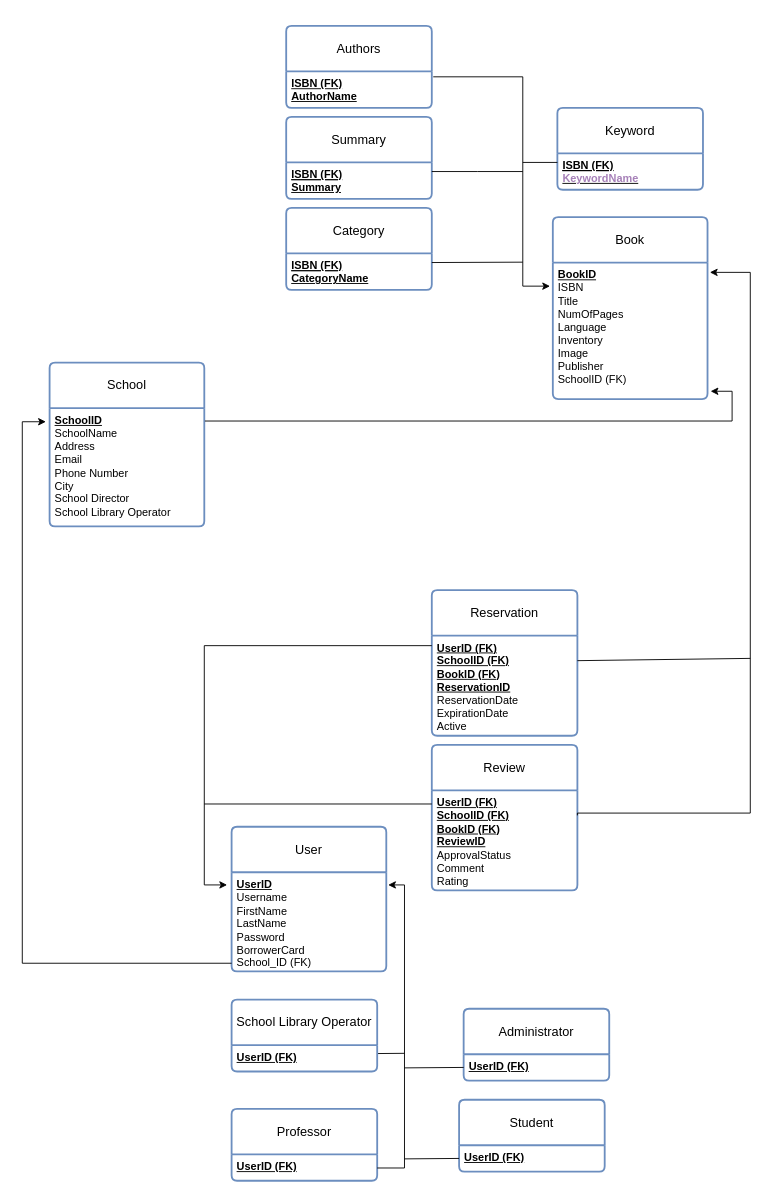
Above: diagrams/Prosxedio-relational.drawio in ntua-el19877/Databases (draw.io), before the change. Source tidied: cells renumbered, new cells numbered last; positions are measured from the earlier drawing's top-left corner, leaving out a move shared by most shapes. Both pictures are drawn from the tidied source at 91%, with x=0, y=0 at pixel (22, 25).
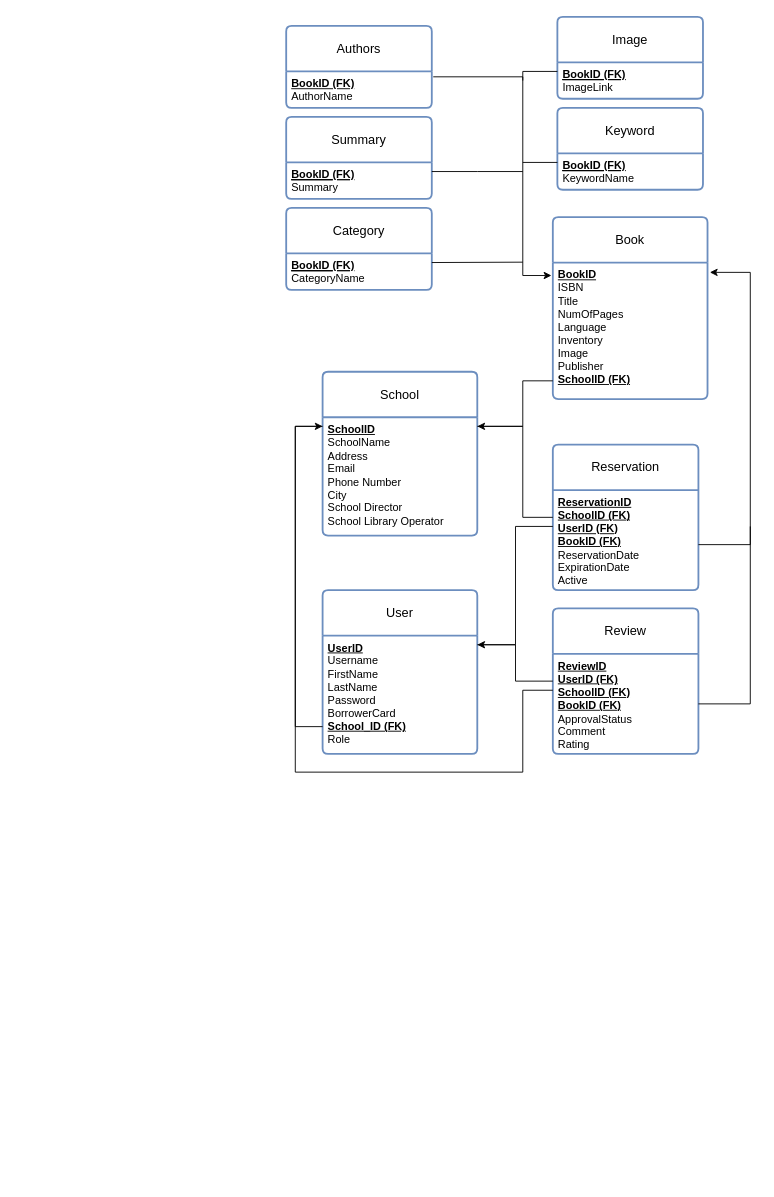
The same diagram, later.

The change refers to these unchanged cells:
```xml
<mxCell id="3" value="&lt;u&gt;&lt;b&gt;SchoolID&lt;/b&gt;&lt;br&gt;&lt;/u&gt;SchoolName&lt;br&gt;Address&lt;br&gt;Email&lt;br&gt;Phone Number&lt;br&gt;City&lt;br&gt;School Director&lt;br&gt;School Library Operator" style="align=left;strokeColor=none;fillColor=none;spacingLeft=4;fontSize=12;verticalAlign=top;html=1;" parent="2" vertex="1">
  <mxGeometry y="50" width="170" height="130" as="geometry" />
</mxCell>
<mxCell id="4" value="Book" style="swimlane;horizontal=1;startSize=50;rounded=1;fontSize=14;fontStyle=0;strokeWidth=2;shadow=0;dashed=0;align=center;arcSize=4;whiteSpace=wrap;html=1;fillColor=default;strokeColor=#6c8ebf;" parent="1" vertex="1">
  <mxGeometry x="583" y="210" width="170" height="200" as="geometry" />
</mxCell>
<mxCell id="6" value="Keyword" style="swimlane;horizontal=1;startSize=50;rounded=1;fontSize=14;fontStyle=0;strokeWidth=2;shadow=0;dashed=0;align=center;arcSize=4;whiteSpace=wrap;html=1;fillColor=default;strokeColor=#6c8ebf;" parent="1" vertex="1">
  <mxGeometry x="588" y="90" width="160" height="90" as="geometry" />
</mxCell>
<mxCell id="8" value="Category" style="swimlane;horizontal=1;startSize=50;rounded=1;fontSize=14;fontStyle=0;strokeWidth=2;shadow=0;dashed=0;align=center;arcSize=4;whiteSpace=wrap;html=1;fillColor=default;strokeColor=#6c8ebf;" parent="1" vertex="1">
  <mxGeometry x="290" y="200" width="160" height="90" as="geometry" />
</mxCell>
<mxCell id="10" value="Authors" style="swimlane;horizontal=1;startSize=50;rounded=1;fontSize=14;fontStyle=0;strokeWidth=2;shadow=0;dashed=0;align=center;arcSize=4;whiteSpace=wrap;html=1;fillColor=default;strokeColor=#6c8ebf;" parent="1" vertex="1">
  <mxGeometry x="290" width="160" height="90" as="geometry" />
</mxCell>
<mxCell id="38" value="Summary" style="swimlane;horizontal=1;startSize=50;rounded=1;fontSize=14;fontStyle=0;strokeWidth=2;shadow=0;dashed=0;align=center;arcSize=4;whiteSpace=wrap;html=1;fillColor=default;strokeColor=#6c8ebf;" parent="1" vertex="1">
  <mxGeometry x="290" y="100" width="160" height="90" as="geometry" />
</mxCell>
```

What changed in the source:
```diff
@@
     <mxCell id="2" value="School" style="swimlane;horizontal=1;startSize=50;rounded=1;fontSize=14;fontStyle=0;strokeWidth=2;shadow=0;dashed=0;align=center;arcSize=4;whiteSpace=wrap;html=1;fillColor=default;strokeColor=#6c8ebf;" parent="1" vertex="1">
-      <mxGeometry x="30" y="370" width="170" height="180" as="geometry" />
+      <mxGeometry x="330" y="380" width="170" height="180" as="geometry" />
     </mxCell>
@@
-    <mxCell id="5" value="&lt;b&gt;&lt;u&gt;BookID&lt;/u&gt;&lt;br&gt;&lt;/b&gt;ISBN&lt;br&gt;Title&lt;br&gt;NumOfPages&lt;br&gt;Language&lt;br&gt;Inventory&lt;br&gt;Image&lt;br&gt;Publisher&lt;br&gt;SchoolID (FK)" style="align=left;strokeColor=none;fillColor=none;spacingLeft=4;fontSize=12;verticalAlign=top;html=1;" parent="4" vertex="1">
+    <mxCell id="5" value="&lt;b&gt;&lt;u&gt;BookID&lt;/u&gt;&lt;br&gt;&lt;/b&gt;ISBN&lt;br&gt;Title&lt;br&gt;NumOfPages&lt;br&gt;Language&lt;br&gt;Inventory&lt;br&gt;Image&lt;br&gt;Publisher&lt;br&gt;&lt;b&gt;&lt;u&gt;SchoolID (FK)&lt;/u&gt;&lt;/b&gt;" style="align=left;strokeColor=none;fillColor=none;spacingLeft=4;fontSize=12;verticalAlign=top;html=1;" parent="4" vertex="1">
       <mxGeometry y="50" width="170" height="150" as="geometry" />
     </mxCell>
@@
-    <mxCell id="7" value="&lt;b style=&quot;border-color: var(--border-color);&quot;&gt;&lt;u style=&quot;border-color: var(--border-color);&quot;&gt;&lt;b style=&quot;border-color: var(--border-color);&quot;&gt;&lt;u style=&quot;border-color: var(--border-color);&quot;&gt;&lt;b style=&quot;border-color: var(--border-color);&quot;&gt;&lt;u style=&quot;border-color: var(--border-color);&quot;&gt;ISBN (FK)&lt;/u&gt;&lt;/b&gt;&lt;br style=&quot;border-color: var(--border-color); font-weight: 400;&quot;&gt;&lt;/u&gt;&lt;/b&gt;&lt;font color=&quot;#a680b8&quot;&gt;KeywordName&lt;/font&gt;&lt;br style=&quot;border-color: var(--border-color);&quot;&gt;&lt;/u&gt;&lt;/b&gt;&lt;b&gt;&lt;u&gt;&lt;br&gt;&lt;/u&gt;&lt;/b&gt;" style="align=left;strokeColor=none;fillColor=none;spacingLeft=4;fontSize=12;verticalAlign=top;html=1;" parent="6" vertex="1">
+    <mxCell id="7" value="&lt;span style=&quot;border-color: var(--border-color);&quot;&gt;&lt;span style=&quot;border-color: var(--border-color);&quot;&gt;&lt;b style=&quot;text-decoration-line: underline; font-weight: bold; border-color: var(--border-color);&quot;&gt;&lt;u style=&quot;border-color: var(--border-color);&quot;&gt;&lt;b style=&quot;border-color: var(--border-color);&quot;&gt;&lt;u style=&quot;border-color: var(--border-color);&quot;&gt;&lt;b&gt;&lt;u&gt;BookID&amp;nbsp;&lt;/u&gt;&lt;/b&gt;(FK)&lt;/u&gt;&lt;/b&gt;&lt;br style=&quot;border-color: var(--border-color); font-weight: 400;&quot;&gt;&lt;/u&gt;&lt;/b&gt;KeywordName&lt;br style=&quot;border-color: var(--border-color);&quot;&gt;&lt;/span&gt;&lt;/span&gt;&lt;b&gt;&lt;u&gt;&lt;br&gt;&lt;/u&gt;&lt;/b&gt;" style="align=left;strokeColor=none;fillColor=none;spacingLeft=4;fontSize=12;verticalAlign=top;html=1;" parent="6" vertex="1">
       <mxGeometry y="50" width="160" height="40" as="geometry" />
     </mxCell>
@@
-    <mxCell id="9" value="&lt;b style=&quot;border-color: var(--border-color);&quot;&gt;&lt;u style=&quot;border-color: var(--border-color);&quot;&gt;&lt;b style=&quot;border-color: var(--border-color);&quot;&gt;&lt;u style=&quot;border-color: var(--border-color);&quot;&gt;ISBN (FK)&lt;/u&gt;&lt;/b&gt;&lt;br style=&quot;border-color: var(--border-color); font-weight: 400;&quot;&gt;CategoryName&lt;br style=&quot;border-color: var(--border-color);&quot;&gt;&lt;/u&gt;&lt;/b&gt;&lt;b&gt;&lt;u&gt;&lt;br&gt;&lt;/u&gt;&lt;/b&gt;" style="align=left;strokeColor=none;fillColor=none;spacingLeft=4;fontSize=12;verticalAlign=top;html=1;" parent="8" vertex="1">
+    <mxCell id="9" value="&lt;span style=&quot;border-color: var(--border-color);&quot;&gt;&lt;span style=&quot;border-color: var(--border-color);&quot;&gt;&lt;b style=&quot;text-decoration-line: underline; font-weight: bold; border-color: var(--border-color);&quot;&gt;&lt;u style=&quot;border-color: var(--border-color);&quot;&gt;&lt;b&gt;&lt;u&gt;BookID&amp;nbsp;&lt;/u&gt;&lt;/b&gt;(FK)&lt;/u&gt;&lt;/b&gt;&lt;br style=&quot;border-color: var(--border-color); font-weight: 400;&quot;&gt;CategoryName&lt;br style=&quot;border-color: var(--border-color);&quot;&gt;&lt;/span&gt;&lt;/span&gt;&lt;b&gt;&lt;u&gt;&lt;br&gt;&lt;/u&gt;&lt;/b&gt;" style="align=left;strokeColor=none;fillColor=none;spacingLeft=4;fontSize=12;verticalAlign=top;html=1;" parent="8" vertex="1">
       <mxGeometry y="50" width="160" height="40" as="geometry" />
     </mxCell>
@@
-    <mxCell id="11" value="&lt;b&gt;&lt;u&gt;ISBN (FK)&lt;/u&gt;&lt;/b&gt;&lt;br&gt;&lt;b&gt;&lt;u&gt;AuthorName&lt;/u&gt;&lt;/b&gt;" style="align=left;strokeColor=none;fillColor=none;spacingLeft=4;fontSize=12;verticalAlign=top;html=1;" parent="10" vertex="1">
+    <mxCell id="11" value="&lt;b&gt;&lt;u&gt;BookID (FK)&lt;/u&gt;&lt;/b&gt;&lt;br&gt;AuthorName" style="align=left;strokeColor=none;fillColor=none;spacingLeft=4;fontSize=12;verticalAlign=top;html=1;" parent="10" vertex="1">
       <mxGeometry y="50" width="160" height="40" as="geometry" />
     </mxCell>
     <mxCell id="12" value="User" style="swimlane;horizontal=1;startSize=50;rounded=1;fontSize=14;fontStyle=0;strokeWidth=2;shadow=0;dashed=0;align=center;arcSize=4;whiteSpace=wrap;html=1;fillColor=default;strokeColor=#6c8ebf;" parent="1" vertex="1">
-      <mxGeometry x="230" y="880" width="170" height="159" as="geometry" />
+      <mxGeometry x="330" y="620" width="170" height="180" as="geometry" />
     </mxCell>
-    <mxCell id="13" value="&lt;u&gt;&lt;b&gt;UserID&lt;/b&gt;&lt;br&gt;&lt;/u&gt;Username&lt;br&gt;FirstName&lt;br&gt;LastName&lt;br&gt;Password&lt;br&gt;BorrowerCard&lt;br&gt;School_ID (FK)" style="align=left;strokeColor=none;fillColor=none;spacingLeft=4;fontSize=12;verticalAlign=top;html=1;" parent="12" vertex="1">
-      <mxGeometry y="50" width="170" height="109" as="geometry" />
+    <mxCell id="13" value="&lt;u&gt;&lt;b&gt;UserID&lt;/b&gt;&lt;br&gt;&lt;/u&gt;Username&lt;br&gt;FirstName&lt;br&gt;LastName&lt;br&gt;Password&lt;br&gt;BorrowerCard&lt;br&gt;&lt;b&gt;&lt;u&gt;School_ID (FK)&lt;/u&gt;&lt;/b&gt;&lt;br&gt;Role" style="align=left;strokeColor=none;fillColor=none;spacingLeft=4;fontSize=12;verticalAlign=top;html=1;" parent="12" vertex="1">
+      <mxGeometry y="50" width="170" height="130" as="geometry" />
     </mxCell>
-    <mxCell id="14" style="rounded=0;jettySize=auto;html=1;exitX=1;exitY=0.75;exitDx=0;exitDy=0;endArrow=none;endFill=0;" parent="1" edge="1" source="15">
-      <mxGeometry relative="1" as="geometry">
-        <mxPoint x="420" y="1129" as="targetPoint" />
-      </mxGeometry>
-    </mxCell>
-    <mxCell id="15" value="School Library Operator" style="swimlane;horizontal=1;startSize=50;rounded=1;fontSize=14;fontStyle=0;strokeWidth=2;shadow=0;dashed=0;align=center;arcSize=4;whiteSpace=wrap;html=1;fillColor=default;strokeColor=#6c8ebf;" parent="1" vertex="1">
-      <mxGeometry x="230" y="1070" width="160" height="79" as="geometry" />
-    </mxCell>
-    <mxCell id="16" value="&lt;b&gt;&lt;u&gt;UserID (FK)&lt;/u&gt;&lt;/b&gt;" style="align=left;strokeColor=none;fillColor=none;spacingLeft=4;fontSize=12;verticalAlign=top;html=1;" parent="15" vertex="1">
-      <mxGeometry y="50" width="160" height="29" as="geometry" />
-    </mxCell>
-    <mxCell id="17" value="Professor" style="swimlane;horizontal=1;startSize=50;rounded=1;fontSize=14;fontStyle=0;strokeWidth=2;shadow=0;dashed=0;align=center;arcSize=4;whiteSpace=wrap;html=1;fillColor=default;strokeColor=#6c8ebf;" parent="1" vertex="1">
-      <mxGeometry x="230" y="1190" width="160" height="79" as="geometry" />
-    </mxCell>
-    <mxCell id="18" value="&lt;b style=&quot;border-color: var(--border-color);&quot;&gt;&lt;u style=&quot;border-color: var(--border-color);&quot;&gt;UserID (FK)&lt;/u&gt;&lt;/b&gt;" style="align=left;strokeColor=none;fillColor=none;spacingLeft=4;fontSize=12;verticalAlign=top;html=1;" parent="17" vertex="1">
-      <mxGeometry y="50" width="160" height="29" as="geometry" />
-    </mxCell>
-    <mxCell id="19" value="Administrator" style="swimlane;horizontal=1;startSize=50;rounded=1;fontSize=14;fontStyle=0;strokeWidth=2;shadow=0;dashed=0;align=center;arcSize=4;whiteSpace=wrap;html=1;fillColor=default;strokeColor=#6c8ebf;" parent="1" vertex="1">
-      <mxGeometry x="485" y="1080" width="160" height="79" as="geometry" />
-    </mxCell>
-    <mxCell id="20" value="&lt;b style=&quot;border-color: var(--border-color);&quot;&gt;&lt;u style=&quot;border-color: var(--border-color);&quot;&gt;UserID (FK)&lt;/u&gt;&lt;/b&gt;" style="align=left;strokeColor=none;fillColor=none;spacingLeft=4;fontSize=12;verticalAlign=top;html=1;" parent="19" vertex="1">
-      <mxGeometry y="50" width="160" height="29" as="geometry" />
-    </mxCell>
-    <mxCell id="21" value="Student" style="swimlane;horizontal=1;startSize=50;rounded=1;fontSize=14;fontStyle=0;strokeWidth=2;shadow=0;dashed=0;align=center;arcSize=4;whiteSpace=wrap;html=1;fillColor=default;strokeColor=#6c8ebf;" parent="1" vertex="1">
-      <mxGeometry x="480" y="1180" width="160" height="79" as="geometry" />
-    </mxCell>
-    <mxCell id="22" value="&lt;b style=&quot;border-color: var(--border-color);&quot;&gt;&lt;u style=&quot;border-color: var(--border-color);&quot;&gt;UserID (FK)&lt;/u&gt;&lt;/b&gt;" style="align=left;strokeColor=none;fillColor=none;spacingLeft=4;fontSize=12;verticalAlign=top;html=1;" parent="21" vertex="1">
-      <mxGeometry y="50" width="160" height="29" as="geometry" />
-    </mxCell>
     <mxCell id="23" value="Review" style="swimlane;horizontal=1;startSize=50;rounded=1;fontSize=14;fontStyle=0;strokeWidth=2;shadow=0;dashed=0;align=center;arcSize=4;whiteSpace=wrap;html=1;fillColor=default;strokeColor=#6c8ebf;" parent="1" vertex="1">
-      <mxGeometry x="450" y="790" width="160" height="160" as="geometry" />
+      <mxGeometry x="583" y="640" width="160" height="160" as="geometry" />
     </mxCell>
-    <mxCell id="24" value="&lt;b&gt;&lt;u&gt;UserID (FK)&lt;br&gt;SchoolID (FK)&lt;br&gt;BookID (FK)&lt;br&gt;ReviewID&lt;/u&gt;&lt;/b&gt;&lt;br&gt;ApprovalStatus&lt;br&gt;Comment&lt;br&gt;Rating" style="align=left;strokeColor=none;fillColor=none;spacingLeft=4;fontSize=12;verticalAlign=top;html=1;" parent="23" vertex="1">
+    <mxCell id="24" value="&lt;b&gt;&lt;u&gt;ReviewID&lt;/u&gt;&lt;/b&gt;&lt;b&gt;&lt;u&gt;&lt;br&gt;UserID (FK)&lt;br&gt;SchoolID (FK)&lt;br&gt;BookID (FK)&lt;/u&gt;&lt;/b&gt;&lt;br&gt;ApprovalStatus&lt;br&gt;Comment&lt;br&gt;Rating" style="align=left;strokeColor=none;fillColor=none;spacingLeft=4;fontSize=12;verticalAlign=top;html=1;" parent="23" vertex="1">
       <mxGeometry y="50" width="160" height="110" as="geometry" />
     </mxCell>
     <mxCell id="25" value="Reservation" style="swimlane;horizontal=1;startSize=50;rounded=1;fontSize=14;fontStyle=0;strokeWidth=2;shadow=0;dashed=0;align=center;arcSize=4;whiteSpace=wrap;html=1;fillColor=default;strokeColor=#6c8ebf;" parent="1" vertex="1">
-      <mxGeometry x="450" y="620" width="160" height="160" as="geometry" />
+      <mxGeometry x="583" y="460" width="160" height="160" as="geometry" />
     </mxCell>
-    <mxCell id="26" value="&lt;u&gt;&lt;b&gt;UserID (FK)&lt;br&gt;SchoolID (FK)&lt;/b&gt;&lt;/u&gt;&lt;br&gt;&lt;b style=&quot;text-decoration-line: underline;&quot;&gt;BookID (FK)&lt;/b&gt;&lt;br&gt;&lt;b style=&quot;text-decoration-line: underline;&quot;&gt;ReservationID&lt;/b&gt;&lt;br&gt;ReservationDate&lt;br&gt;ExpirationDate&lt;br&gt;Active" style="align=left;strokeColor=none;fillColor=none;spacingLeft=4;fontSize=12;verticalAlign=top;html=1;" parent="25" vertex="1">
+    <mxCell id="26" value="&lt;b style=&quot;text-decoration-line: underline;&quot;&gt;ReservationID&lt;br&gt;&lt;/b&gt;&lt;u&gt;&lt;b&gt;SchoolID (FK)&lt;/b&gt;&lt;/u&gt;&lt;u&gt;&lt;b&gt;&lt;br&gt;UserID (FK)&lt;/b&gt;&lt;/u&gt;&lt;br&gt;&lt;b style=&quot;text-decoration-line: underline;&quot;&gt;BookID (FK)&lt;/b&gt;&lt;br&gt;ReservationDate&lt;br&gt;ExpirationDate&lt;br&gt;Active" style="align=left;strokeColor=none;fillColor=none;spacingLeft=4;fontSize=12;verticalAlign=top;html=1;" parent="25" vertex="1">
       <mxGeometry y="50" width="160" height="110" as="geometry" />
     </mxCell>
-    <mxCell id="27" style="edgeStyle=elbowEdgeStyle;rounded=0;jettySize=auto;html=1;entryX=1.012;entryY=0.128;entryDx=0;entryDy=0;entryPerimeter=0;" parent="1" edge="1" target="13">
-      <mxGeometry relative="1" as="geometry">
-        <mxPoint x="390" y="1255" as="sourcePoint" />
-        <Array as="points">
-          <mxPoint x="420" y="1260" />
-          <mxPoint x="430" y="1230" />
-          <mxPoint x="410" y="1260" />
-          <mxPoint x="430" y="1100" />
-        </Array>
-      </mxGeometry>
-    </mxCell>
-    <mxCell id="28" style="rounded=0;jettySize=auto;html=1;exitX=0;exitY=0.5;exitDx=0;exitDy=0;endArrow=none;endFill=0;" parent="1" edge="1" source="22">
-      <mxGeometry relative="1" as="geometry">
-        <mxPoint x="420" y="1245" as="targetPoint" />
-      </mxGeometry>
-    </mxCell>
-    <mxCell id="29" style="rounded=0;jettySize=auto;html=1;exitX=0;exitY=0.5;exitDx=0;exitDy=0;endArrow=none;endFill=0;" parent="1" edge="1" source="20">
-      <mxGeometry relative="1" as="geometry">
-        <mxPoint x="420" y="1145" as="targetPoint" />
-      </mxGeometry>
-    </mxCell>
-    <mxCell id="30" style="edgeStyle=elbowEdgeStyle;rounded=0;jettySize=auto;html=1;entryX=-0.024;entryY=0.115;entryDx=0;entryDy=0;entryPerimeter=0;" parent="1" edge="1" target="3">
-      <mxGeometry relative="1" as="geometry">
-        <mxPoint x="230" y="1030" as="sourcePoint" />
-        <Array as="points">
-          <mxPoint y="700" />
-          <mxPoint x="10" y="790" />
-        </Array>
-      </mxGeometry>
-    </mxCell>
-    <mxCell id="31" style="edgeStyle=orthogonalEdgeStyle;rounded=0;jettySize=auto;html=1;endArrow=classic;endFill=1;entryX=1.015;entryY=0.072;entryDx=0;entryDy=0;entryPerimeter=0;startArrow=none;startFill=0;exitX=1;exitY=0.25;exitDx=0;exitDy=0;" parent="1" edge="1" source="24" target="5">
+    <mxCell id="31" style="edgeStyle=orthogonalEdgeStyle;rounded=0;jettySize=auto;html=1;endArrow=classic;endFill=1;entryX=1.015;entryY=0.072;entryDx=0;entryDy=0;entryPerimeter=0;startArrow=none;startFill=0;exitX=1;exitY=0.5;exitDx=0;exitDy=0;" parent="1" edge="1" source="24" target="5">
       <mxGeometry relative="1" as="geometry">
         <Array as="points">
-          <mxPoint x="800" y="865" />
+          <mxPoint x="800" y="745" />
           <mxPoint x="800" y="271" />
         </Array>
       </mxGeometry>
     </mxCell>
-    <mxCell id="32" style="rounded=0;jettySize=auto;html=1;endArrow=none;endFill=0;exitX=1;exitY=0.25;exitDx=0;exitDy=0;" parent="1" edge="1" source="26">
-      <mxGeometry relative="1" as="geometry">
-        <mxPoint x="800" y="695" as="targetPoint" />
-      </mxGeometry>
-    </mxCell>
-    <mxCell id="33" style="rounded=0;jettySize=auto;html=1;endArrow=classic;endFill=1;edgeStyle=elbowEdgeStyle;entryX=-0.029;entryY=0.128;entryDx=0;entryDy=0;entryPerimeter=0;exitX=0;exitY=0.1;exitDx=0;exitDy=0;exitPerimeter=0;" parent="1" edge="1" source="26" target="13">
-      <mxGeometry relative="1" as="geometry">
-        <Array as="points">
-          <mxPoint x="200" y="760" />
-          <mxPoint x="30" y="880" />
-          <mxPoint x="280" y="980" />
-          <mxPoint x="320" y="990" />
-        </Array>
-      </mxGeometry>
-    </mxCell>
-    <mxCell id="34" style="endArrow=none;html=1;rounded=0;" parent="1" edge="1">
-      <mxGeometry relative="1" as="geometry">
-        <mxPoint x="200" y="855" as="sourcePoint" />
-        <mxPoint x="450" y="855" as="targetPoint" />
-      </mxGeometry>
-    </mxCell>
-    <mxCell id="35" style="edgeStyle=elbowEdgeStyle;jettySize=auto;html=1;rounded=0;exitX=1.01;exitY=0.148;exitDx=0;exitDy=0;exitPerimeter=0;entryX=-0.018;entryY=0.173;entryDx=0;entryDy=0;entryPerimeter=0;" parent="1" edge="1" source="11" target="5">
+    <mxCell id="35" style="edgeStyle=elbowEdgeStyle;jettySize=auto;html=1;rounded=0;exitX=1.01;exitY=0.148;exitDx=0;exitDy=0;exitPerimeter=0;entryX=-0.009;entryY=0.095;entryDx=0;entryDy=0;entryPerimeter=0;" parent="1" edge="1" source="11" target="5">
       <mxGeometry relative="1" as="geometry">
         <Array as="points">
           <mxPoint x="550" y="290" />
           <mxPoint x="550" y="130" />
           <mxPoint x="553" y="190" />
         </Array>
       </mxGeometry>
     </mxCell>
-    <mxCell id="36" style="endArrow=classic;html=1;rounded=0;exitX=1.004;exitY=0.109;exitDx=0;exitDy=0;exitPerimeter=0;edgeStyle=elbowEdgeStyle;entryX=1.02;entryY=0.943;entryDx=0;entryDy=0;entryPerimeter=0;endFill=1;" parent="1" edge="1" source="3" target="5">
-      <mxGeometry relative="1" as="geometry">
-        <Array as="points">
-          <mxPoint x="780" y="420" />
-        </Array>
-      </mxGeometry>
-    </mxCell>
@@
-    <mxCell id="39" value="&lt;b style=&quot;border-color: var(--border-color);&quot;&gt;&lt;u style=&quot;border-color: var(--border-color);&quot;&gt;&lt;b style=&quot;border-color: var(--border-color);&quot;&gt;&lt;u style=&quot;border-color: var(--border-color);&quot;&gt;ISBN (FK)&lt;/u&gt;&lt;/b&gt;&lt;br style=&quot;border-color: var(--border-color); font-weight: 400;&quot;&gt;&lt;/u&gt;&lt;/b&gt;&lt;b&gt;&lt;u&gt;Summary&lt;br&gt;&lt;/u&gt;&lt;/b&gt;" style="align=left;strokeColor=none;fillColor=none;spacingLeft=4;fontSize=12;verticalAlign=top;html=1;" parent="38" vertex="1">
+    <mxCell id="39" value="&lt;b style=&quot;border-color: var(--border-color);&quot;&gt;&lt;u style=&quot;border-color: var(--border-color);&quot;&gt;&lt;b style=&quot;border-color: var(--border-color);&quot;&gt;&lt;u style=&quot;border-color: var(--border-color);&quot;&gt;&lt;b&gt;&lt;u&gt;BookID&amp;nbsp;&lt;/u&gt;&lt;/b&gt;(FK)&lt;/u&gt;&lt;/b&gt;&lt;br style=&quot;border-color: var(--border-color); font-weight: 400;&quot;&gt;&lt;/u&gt;&lt;/b&gt;Summary" style="align=left;strokeColor=none;fillColor=none;spacingLeft=4;fontSize=12;verticalAlign=top;html=1;" parent="38" vertex="1">
       <mxGeometry y="50" width="160" height="40" as="geometry" />
     </mxCell>
@@
+    <mxCell id="42" value="Image" style="swimlane;horizontal=1;startSize=50;rounded=1;fontSize=14;fontStyle=0;strokeWidth=2;shadow=0;dashed=0;align=center;arcSize=4;whiteSpace=wrap;html=1;fillColor=default;strokeColor=#6c8ebf;" parent="1" vertex="1">
+      <mxGeometry x="588" y="-10" width="160" height="90" as="geometry" />
+    </mxCell>
+    <mxCell id="43" value="&lt;span style=&quot;border-color: var(--border-color);&quot;&gt;&lt;span style=&quot;border-color: var(--border-color);&quot;&gt;&lt;b style=&quot;text-decoration-line: underline; font-weight: bold; border-color: var(--border-color);&quot;&gt;&lt;u style=&quot;border-color: var(--border-color);&quot;&gt;&lt;b style=&quot;border-color: var(--border-color);&quot;&gt;&lt;u style=&quot;border-color: var(--border-color);&quot;&gt;&lt;b&gt;&lt;u&gt;BookID&amp;nbsp;&lt;/u&gt;&lt;/b&gt;(FK)&lt;/u&gt;&lt;/b&gt;&lt;br style=&quot;border-color: var(--border-color); font-weight: 400;&quot;&gt;&lt;/u&gt;&lt;/b&gt;&lt;/span&gt;&lt;/span&gt;ImageLink" style="align=left;strokeColor=none;fillColor=none;spacingLeft=4;fontSize=12;verticalAlign=top;html=1;" parent="42" vertex="1">
+      <mxGeometry y="50" width="160" height="40" as="geometry" />
+    </mxCell>
+    <mxCell id="44" style="edgeStyle=orthogonalEdgeStyle;rounded=0;jettySize=auto;html=1;exitX=0;exitY=0.25;exitDx=0;exitDy=0;endArrow=none;endFill=0;" parent="1" edge="1" source="43">
+      <mxGeometry relative="1" as="geometry">
+        <mxPoint x="550" y="60" as="targetPoint" />
+      </mxGeometry>
+    </mxCell>
+    <mxCell id="45" style="edgeStyle=orthogonalEdgeStyle;rounded=0;jettySize=auto;html=1;endArrow=none;endFill=0;" parent="1" edge="1" source="26">
+      <mxGeometry relative="1" as="geometry">
+        <mxPoint x="800" y="550" as="targetPoint" />
+        <Array as="points">
+          <mxPoint x="800" y="570" />
+        </Array>
+      </mxGeometry>
+    </mxCell>
+    <mxCell id="46" style="edgeStyle=orthogonalEdgeStyle;rounded=0;jettySize=auto;html=1;endArrow=none;endFill=0;" parent="1" edge="1" source="26" target="3">
+      <mxGeometry relative="1" as="geometry">
+        <Array as="points">
+          <mxPoint x="550" y="540" />
+          <mxPoint x="550" y="440" />
+        </Array>
+      </mxGeometry>
+    </mxCell>
+    <mxCell id="47" style="edgeStyle=orthogonalEdgeStyle;rounded=0;jettySize=auto;html=1;" parent="1" edge="1" source="5" target="3">
+      <mxGeometry relative="1" as="geometry">
+        <Array as="points">
+          <mxPoint x="550" y="390" />
+          <mxPoint x="550" y="440" />
+        </Array>
+      </mxGeometry>
+    </mxCell>
+    <mxCell id="48" style="edgeStyle=orthogonalEdgeStyle;rounded=0;jettySize=auto;html=1;" parent="1" edge="1" source="26" target="12">
+      <mxGeometry relative="1" as="geometry">
+        <Array as="points">
+          <mxPoint x="542" y="550" />
+          <mxPoint x="542" y="680" />
+        </Array>
+      </mxGeometry>
+    </mxCell>
+    <mxCell id="49" style="edgeStyle=orthogonalEdgeStyle;rounded=0;jettySize=auto;html=1;" parent="1" edge="1" source="13" target="2">
+      <mxGeometry relative="1" as="geometry">
+        <Array as="points">
+          <mxPoint x="300" y="770" />
+          <mxPoint x="300" y="440" />
+        </Array>
+      </mxGeometry>
+    </mxCell>
+    <mxCell id="50" style="edgeStyle=orthogonalEdgeStyle;rounded=0;jettySize=auto;html=1;endArrow=none;endFill=0;" parent="1" edge="1" source="24" target="12">
+      <mxGeometry relative="1" as="geometry">
+        <Array as="points">
+          <mxPoint x="542" y="720" />
+          <mxPoint x="542" y="680" />
+        </Array>
+      </mxGeometry>
+    </mxCell>
+    <mxCell id="51" style="edgeStyle=orthogonalEdgeStyle;rounded=0;jettySize=auto;html=1;endArrow=none;endFill=0;" parent="1" edge="1" source="24" target="3">
+      <mxGeometry relative="1" as="geometry">
+        <Array as="points">
+          <mxPoint x="550" y="730" />
+          <mxPoint x="550" y="820" />
+          <mxPoint x="300" y="820" />
+          <mxPoint x="300" y="440" />
+        </Array>
+      </mxGeometry>
+    </mxCell>
```
